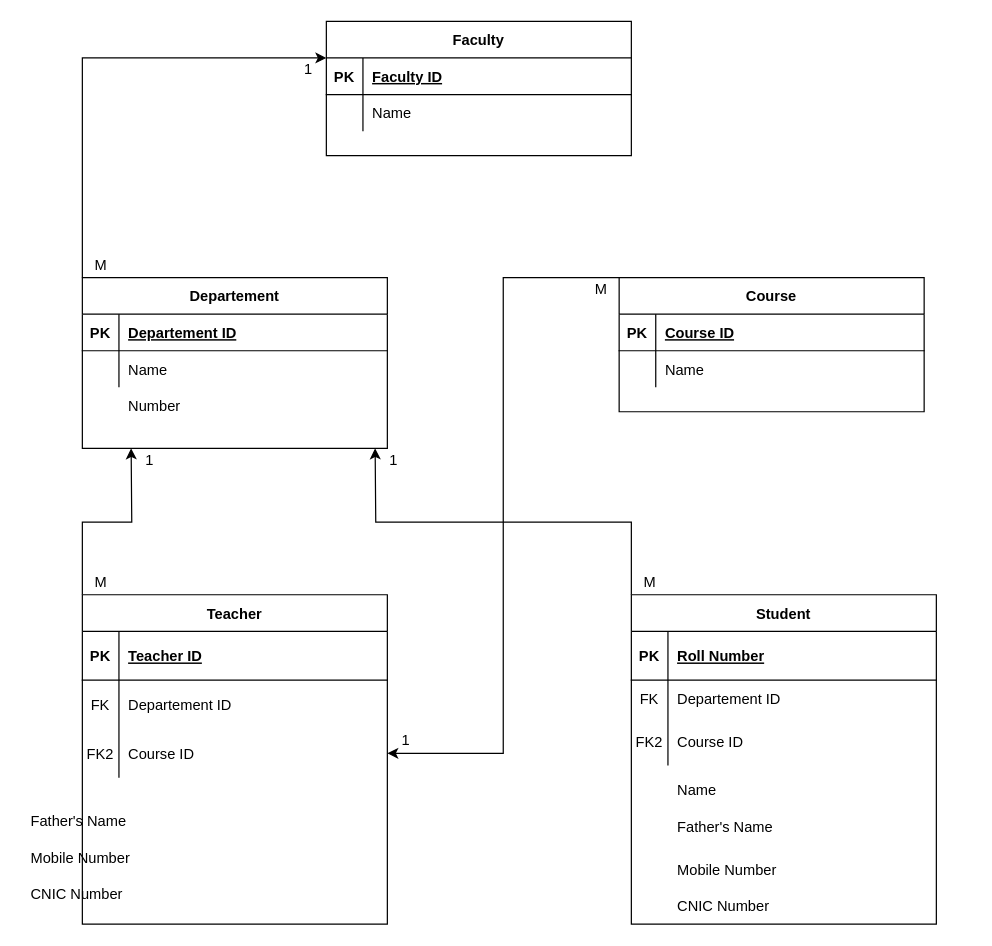
sameerkhowaja49/Entity-Relationship-Diagram keeps this draw.io diagram as Untitled Diagram.drawio. Above is the earlier version. Source tidied: cells renumbered, new cells numbered last; positions are measured from the earlier drawing's top-left corner, leaving out a move shared by most shapes. Both pictures are drawn from the tidied source at 122%, with x=0, y=0 at pixel (21, 21).
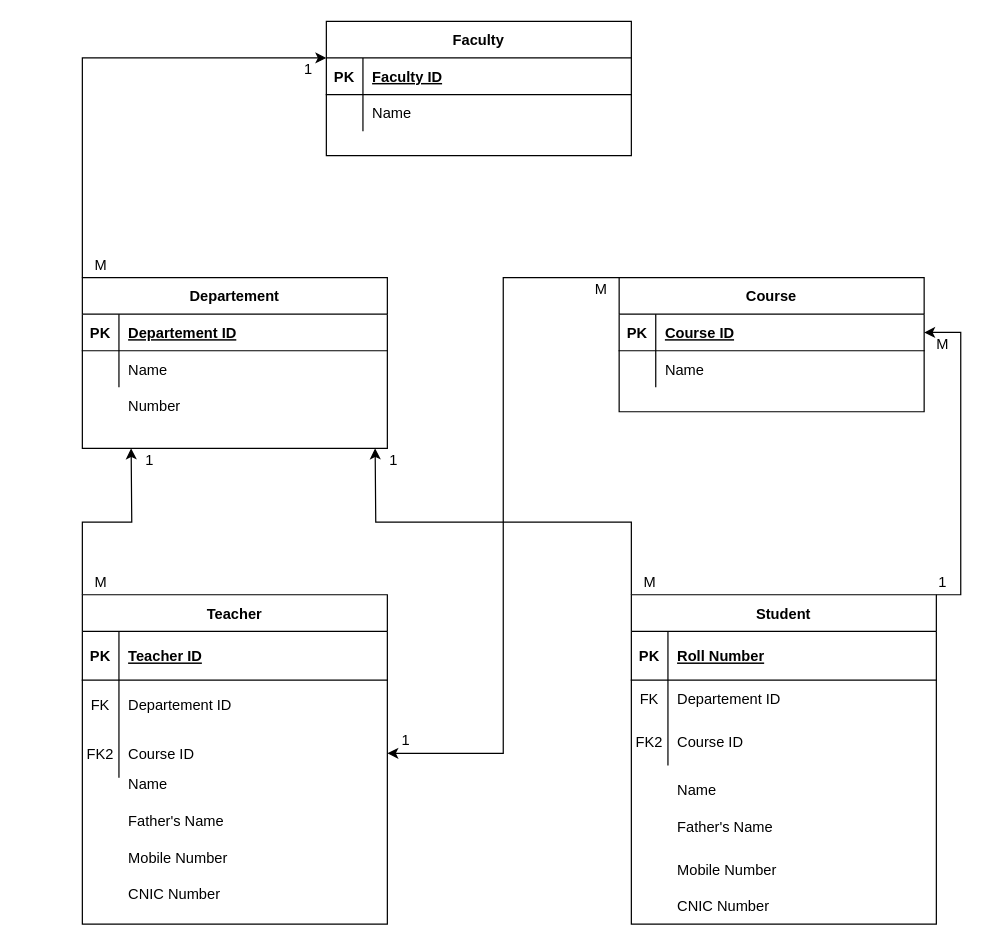
The same page after the edit.

The change refers to these unchanged cells:
```xml
<mxCell id="32" value="Student" style="shape=table;startSize=30;childLayout=tableLayout;rowLines=0;fontStyle=1;align=center;" parent="1" vertex="1">
  <mxGeometry x="500" y="470" width="250" height="270" as="geometry" />
</mxCell>
<mxCell id="47" style="shape=partialRectangle;fillColor=none;points=[[0,0.5],[1,0.5]];portConstraint=eastwest;top=0;left=0;right=0;bottom=1;" parent="46" vertex="1">
  <mxGeometry y="30" width="250" height="30" as="geometry" />
</mxCell>
```

What changed in the source:
```diff
@@
     <mxCell id="28" value="Mobile Number" style="shape=partialRectangle;overflow=hidden;fillColor=none;top=0;left=0;bottom=0;right=0;align=left;spacingLeft=6;" parent="1" vertex="1">
-      <mxGeometry y="670" width="220" height="30" as="geometry" />
+      <mxGeometry x="80" y="670" width="220" height="30" as="geometry" />
     </mxCell>
     <mxCell id="29" value="CNIC Number" style="shape=partialRectangle;overflow=hidden;fillColor=none;top=0;left=0;bottom=0;right=0;align=left;spacingLeft=6;" parent="1" vertex="1">
-      <mxGeometry y="700" width="220" height="30" as="geometry" />
+      <mxGeometry x="80" y="700" width="220" height="30" as="geometry" />
     </mxCell>
     <mxCell id="30" value="Father's Name" style="shape=partialRectangle;overflow=hidden;fillColor=none;top=0;left=0;bottom=0;right=0;align=left;spacingLeft=6;" parent="1" vertex="1">
-      <mxGeometry y="640" width="220" height="30" as="geometry" />
+      <mxGeometry x="80" y="640" width="220" height="30" as="geometry" />
     </mxCell>
@@
+    <mxCell id="63" style="edgeStyle=orthogonalEdgeStyle;rounded=0;jettySize=auto;html=1;exitX=1;exitY=0;exitDx=0;exitDy=0;entryX=1;entryY=0.5;entryDx=0;entryDy=0;" parent="1" edge="1" source="32" target="47">
+      <mxGeometry relative="1" as="geometry">
+        <Array as="points">
+          <mxPoint x="770" y="470" />
+          <mxPoint x="770" y="255" />
+        </Array>
+      </mxGeometry>
+    </mxCell>
@@
+    <mxCell id="64" value="M" style="text;html=1;align=center;verticalAlign=middle;fillColor=none;strokeColor=none;rounded=0;" parent="1" vertex="1">
+      <mxGeometry x="740" y="255" width="30" height="20" as="geometry" />
+    </mxCell>
+    <mxCell id="65" value="1" style="text;html=1;align=center;verticalAlign=middle;fillColor=none;strokeColor=none;rounded=0;" parent="1" vertex="1">
+      <mxGeometry x="745" y="450" width="20" height="20" as="geometry" />
+    </mxCell>
+    <mxCell id="66" value="Name" style="shape=partialRectangle;overflow=hidden;fillColor=none;top=0;left=0;bottom=0;right=0;align=left;spacingLeft=6;" parent="1" vertex="1">
+      <mxGeometry x="80" y="610" width="220" height="30" as="geometry" />
+    </mxCell>
```
